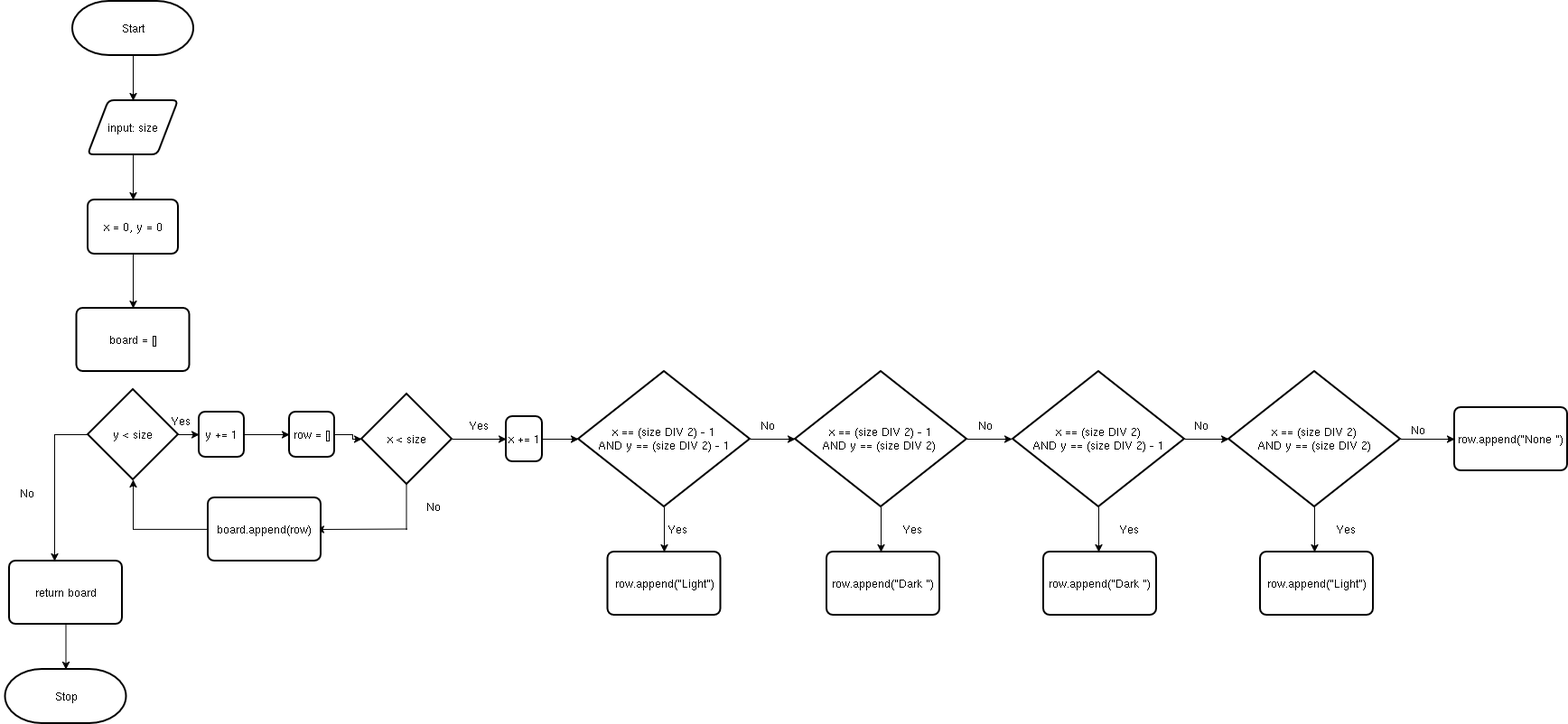
Above: images/Initialise_board.drawio.png in HarryGM/ECM1400_C2 (draw.io), before the change. Source tidied: cells renumbered, new cells last; positions are measured from the earlier drawing's top-left corner, leaving out a move shared by most shapes. Source of this version:
```xml
<mxGraphModel>
  <root>
    <mxCell id="0" />
    <mxCell id="1" parent="0" />
    <mxCell id="2" style="edgeStyle=orthogonalEdgeStyle;rounded=0;jettySize=auto;html=1;" parent="1" edge="1" source="3">
      <mxGeometry relative="1" as="geometry">
        <mxPoint x="147" y="110" as="targetPoint" />
      </mxGeometry>
    </mxCell>
    <mxCell id="3" value="Start" style="strokeWidth=2;html=1;shape=mxgraph.flowchart.terminator;whiteSpace=wrap;" parent="1" vertex="1">
      <mxGeometry x="80" width="134" height="60" as="geometry" />
    </mxCell>
    <mxCell id="4" style="edgeStyle=orthogonalEdgeStyle;rounded=0;jettySize=auto;html=1;" parent="1" edge="1" source="5">
      <mxGeometry relative="1" as="geometry">
        <mxPoint x="147" y="340" as="targetPoint" />
      </mxGeometry>
    </mxCell>
    <mxCell id="5" value="x = 0, y = 0" style="rounded=1;whiteSpace=wrap;html=1;absoluteArcSize=1;arcSize=14;strokeWidth=2;" parent="1" vertex="1">
      <mxGeometry x="97" y="220" width="100" height="60" as="geometry" />
    </mxCell>
    <mxCell id="6" style="edgeStyle=orthogonalEdgeStyle;rounded=0;jettySize=auto;html=1;entryX=0.5;entryY=0;entryDx=0;entryDy=0;" parent="1" edge="1" source="7" target="5">
      <mxGeometry relative="1" as="geometry" />
    </mxCell>
    <mxCell id="7" value="input: size" style="shape=parallelogram;html=1;strokeWidth=2;perimeter=parallelogramPerimeter;whiteSpace=wrap;rounded=1;arcSize=12;size=0.23;" parent="1" vertex="1">
      <mxGeometry x="97" y="110" width="100" height="60" as="geometry" />
    </mxCell>
    <mxCell id="8" style="edgeStyle=orthogonalEdgeStyle;rounded=0;jettySize=auto;html=1;" parent="1" edge="1" source="10">
      <mxGeometry relative="1" as="geometry">
        <mxPoint x="220" y="480" as="targetPoint" />
      </mxGeometry>
    </mxCell>
    <mxCell id="9" style="edgeStyle=orthogonalEdgeStyle;rounded=0;jettySize=auto;html=1;" parent="1" edge="1" source="10">
      <mxGeometry relative="1" as="geometry">
        <mxPoint x="60" y="620" as="targetPoint" />
      </mxGeometry>
    </mxCell>
    <mxCell id="10" value="y &amp;lt; size" style="strokeWidth=2;html=1;shape=mxgraph.flowchart.decision;whiteSpace=wrap;" parent="1" vertex="1">
      <mxGeometry x="97" y="430" width="100" height="100" as="geometry" />
    </mxCell>
    <mxCell id="11" value="x &amp;lt; size" style="strokeWidth=2;html=1;shape=mxgraph.flowchart.decision;whiteSpace=wrap;" parent="1" vertex="1">
      <mxGeometry x="400" y="435" width="100" height="100" as="geometry" />
    </mxCell>
    <mxCell id="12" value="Yes" style="text;html=1;whiteSpace=wrap;strokeColor=none;fillColor=none;align=center;verticalAlign=middle;rounded=0;" parent="1" vertex="1">
      <mxGeometry x="170" y="450" width="60" height="30" as="geometry" />
    </mxCell>
    <mxCell id="13" style="endArrow=none;html=1;rounded=0;" parent="1" edge="1">
      <mxGeometry relative="1" as="geometry">
        <mxPoint x="449.5" y="585" as="sourcePoint" />
        <mxPoint x="449.5" y="535" as="targetPoint" />
      </mxGeometry>
    </mxCell>
    <mxCell id="14" value="No" style="text;html=1;whiteSpace=wrap;strokeColor=none;fillColor=none;align=center;verticalAlign=middle;rounded=0;" parent="1" vertex="1">
      <mxGeometry x="450" y="545" width="60" height="30" as="geometry" />
    </mxCell>
    <mxCell id="15" style="endArrow=classic;html=1;rounded=0;" parent="1" edge="1">
      <mxGeometry relative="1" as="geometry">
        <mxPoint x="500" y="485" as="sourcePoint" />
        <mxPoint x="560" y="485" as="targetPoint" />
      </mxGeometry>
    </mxCell>
    <mxCell id="16" style="edgeStyle=orthogonalEdgeStyle;rounded=0;jettySize=auto;html=1;" parent="1" edge="1" source="18">
      <mxGeometry relative="1" as="geometry">
        <mxPoint x="735" y="610" as="targetPoint" />
      </mxGeometry>
    </mxCell>
    <mxCell id="17" style="edgeStyle=orthogonalEdgeStyle;rounded=0;jettySize=auto;html=1;" parent="1" edge="1" source="18">
      <mxGeometry relative="1" as="geometry">
        <mxPoint x="880" y="485" as="targetPoint" />
      </mxGeometry>
    </mxCell>
    <mxCell id="18" value="&lt;div&gt;x == (size DIV 2) - 1&lt;/div&gt;&lt;div&gt;AND y == (size DIV 2) - 1&lt;/div&gt;" style="strokeWidth=2;html=1;shape=mxgraph.flowchart.decision;whiteSpace=wrap;" parent="1" vertex="1">
      <mxGeometry x="640" y="410" width="190" height="150" as="geometry" />
    </mxCell>
    <mxCell id="19" value="Yes" style="text;html=1;whiteSpace=wrap;strokeColor=none;fillColor=none;align=center;verticalAlign=middle;rounded=0;" parent="1" vertex="1">
      <mxGeometry x="500" y="455" width="60" height="30" as="geometry" />
    </mxCell>
    <mxCell id="20" style="edgeStyle=orthogonalEdgeStyle;rounded=0;jettySize=auto;html=1;entryX=0;entryY=0.5;entryDx=0;entryDy=0;" parent="1" edge="1" source="21" target="24">
      <mxGeometry relative="1" as="geometry" />
    </mxCell>
    <mxCell id="21" value="y += 1" style="rounded=1;whiteSpace=wrap;html=1;absoluteArcSize=1;arcSize=14;strokeWidth=2;" parent="1" vertex="1">
      <mxGeometry x="220" y="455" width="50" height="50" as="geometry" />
    </mxCell>
    <mxCell id="22" value="x += 1" style="rounded=1;whiteSpace=wrap;html=1;absoluteArcSize=1;arcSize=14;strokeWidth=2;" parent="1" vertex="1">
      <mxGeometry x="560" y="460" width="40" height="50" as="geometry" />
    </mxCell>
    <mxCell id="23" style="edgeStyle=orthogonalEdgeStyle;rounded=0;jettySize=auto;html=1;entryX=0;entryY=0.5;entryDx=0;entryDy=0;entryPerimeter=0;" parent="1" edge="1" source="22" target="18">
      <mxGeometry relative="1" as="geometry" />
    </mxCell>
    <mxCell id="24" value="row = []" style="rounded=1;whiteSpace=wrap;html=1;absoluteArcSize=1;arcSize=14;strokeWidth=2;" parent="1" vertex="1">
      <mxGeometry x="320" y="455" width="50" height="50" as="geometry" />
    </mxCell>
    <mxCell id="25" style="edgeStyle=orthogonalEdgeStyle;rounded=0;jettySize=auto;html=1;entryX=0;entryY=0.5;entryDx=0;entryDy=0;entryPerimeter=0;" parent="1" edge="1" source="24" target="11">
      <mxGeometry relative="1" as="geometry" />
    </mxCell>
    <mxCell id="26" value="Yes" style="text;html=1;whiteSpace=wrap;strokeColor=none;fillColor=none;align=center;verticalAlign=middle;rounded=0;" parent="1" vertex="1">
      <mxGeometry x="720" y="570" width="60" height="30" as="geometry" />
    </mxCell>
    <mxCell id="27" value="No" style="text;html=1;whiteSpace=wrap;strokeColor=none;fillColor=none;align=center;verticalAlign=middle;rounded=0;" parent="1" vertex="1">
      <mxGeometry x="820" y="455" width="60" height="30" as="geometry" />
    </mxCell>
    <mxCell id="28" style="edgeStyle=orthogonalEdgeStyle;rounded=0;jettySize=auto;html=1;" parent="1" edge="1" source="30">
      <mxGeometry relative="1" as="geometry">
        <mxPoint x="1120" y="485" as="targetPoint" />
      </mxGeometry>
    </mxCell>
    <mxCell id="29" style="edgeStyle=orthogonalEdgeStyle;rounded=0;jettySize=auto;html=1;" parent="1" edge="1" source="30">
      <mxGeometry relative="1" as="geometry">
        <mxPoint x="975" y="610" as="targetPoint" />
      </mxGeometry>
    </mxCell>
    <mxCell id="30" value="&lt;div&gt;x == (size DIV 2) - 1&lt;/div&gt;&lt;div&gt;AND y == (size DIV 2)&amp;nbsp;&lt;/div&gt;" style="strokeWidth=2;html=1;shape=mxgraph.flowchart.decision;whiteSpace=wrap;" parent="1" vertex="1">
      <mxGeometry x="880" y="410" width="190" height="150" as="geometry" />
    </mxCell>
    <mxCell id="31" style="edgeStyle=orthogonalEdgeStyle;rounded=0;jettySize=auto;html=1;" parent="1" edge="1" source="33">
      <mxGeometry relative="1" as="geometry">
        <mxPoint x="1360" y="485" as="targetPoint" />
      </mxGeometry>
    </mxCell>
    <mxCell id="32" style="edgeStyle=orthogonalEdgeStyle;rounded=0;jettySize=auto;html=1;" parent="1" edge="1" source="33">
      <mxGeometry relative="1" as="geometry">
        <mxPoint x="1216" y="610" as="targetPoint" />
      </mxGeometry>
    </mxCell>
    <mxCell id="33" value="&lt;div&gt;x == (size DIV 2)&lt;/div&gt;&lt;div&gt;AND y == (size DIV 2) - 1&lt;/div&gt;" style="strokeWidth=2;html=1;shape=mxgraph.flowchart.decision;whiteSpace=wrap;" parent="1" vertex="1">
      <mxGeometry x="1121" y="410" width="190" height="150" as="geometry" />
    </mxCell>
    <mxCell id="34" style="edgeStyle=orthogonalEdgeStyle;rounded=0;jettySize=auto;html=1;" parent="1" edge="1" source="36">
      <mxGeometry relative="1" as="geometry">
        <mxPoint x="1455" y="610" as="targetPoint" />
      </mxGeometry>
    </mxCell>
    <mxCell id="35" style="edgeStyle=orthogonalEdgeStyle;rounded=0;jettySize=auto;html=1;" parent="1" edge="1" source="36">
      <mxGeometry relative="1" as="geometry">
        <mxPoint x="1610" y="485" as="targetPoint" />
      </mxGeometry>
    </mxCell>
    <mxCell id="36" value="&lt;div&gt;x == (size DIV 2)&lt;/div&gt;&lt;div&gt;AND y == (size DIV 2)&lt;/div&gt;" style="strokeWidth=2;html=1;shape=mxgraph.flowchart.decision;whiteSpace=wrap;" parent="1" vertex="1">
      <mxGeometry x="1360" y="410" width="190" height="150" as="geometry" />
    </mxCell>
    <mxCell id="37" value="No" style="text;html=1;whiteSpace=wrap;strokeColor=none;fillColor=none;align=center;verticalAlign=middle;rounded=0;" parent="1" vertex="1">
      <mxGeometry x="1061" y="455" width="60" height="30" as="geometry" />
    </mxCell>
    <mxCell id="38" value="No" style="text;html=1;whiteSpace=wrap;strokeColor=none;fillColor=none;align=center;verticalAlign=middle;rounded=0;" parent="1" vertex="1">
      <mxGeometry x="1300" y="455" width="60" height="30" as="geometry" />
    </mxCell>
    <mxCell id="39" value="Yes" style="text;html=1;whiteSpace=wrap;strokeColor=none;fillColor=none;align=center;verticalAlign=middle;rounded=0;" parent="1" vertex="1">
      <mxGeometry x="980" y="570" width="60" height="30" as="geometry" />
    </mxCell>
    <mxCell id="40" value="Yes" style="text;html=1;whiteSpace=wrap;strokeColor=none;fillColor=none;align=center;verticalAlign=middle;rounded=0;" parent="1" vertex="1">
      <mxGeometry x="1220" y="570" width="60" height="30" as="geometry" />
    </mxCell>
    <mxCell id="41" value="Yes" style="text;html=1;whiteSpace=wrap;strokeColor=none;fillColor=none;align=center;verticalAlign=middle;rounded=0;" parent="1" vertex="1">
      <mxGeometry x="1460" y="570" width="60" height="30" as="geometry" />
    </mxCell>
    <mxCell id="42" value="No" style="text;html=1;whiteSpace=wrap;strokeColor=none;fillColor=none;align=center;verticalAlign=middle;rounded=0;" parent="1" vertex="1">
      <mxGeometry x="1540" y="460" width="60" height="30" as="geometry" />
    </mxCell>
    <mxCell id="43" value="row.append(&quot;Light&quot;)" style="rounded=1;whiteSpace=wrap;html=1;absoluteArcSize=1;arcSize=14;strokeWidth=2;" parent="1" vertex="1">
      <mxGeometry x="672.5" y="610" width="125" height="70" as="geometry" />
    </mxCell>
    <mxCell id="44" value="row.append(&quot;Dark &quot;)" style="rounded=1;whiteSpace=wrap;html=1;absoluteArcSize=1;arcSize=14;strokeWidth=2;" parent="1" vertex="1">
      <mxGeometry x="915" y="610" width="125" height="70" as="geometry" />
    </mxCell>
    <mxCell id="45" value="row.append(&quot;Dark &quot;)" style="rounded=1;whiteSpace=wrap;html=1;absoluteArcSize=1;arcSize=14;strokeWidth=2;" parent="1" vertex="1">
      <mxGeometry x="1155" y="610" width="125" height="70" as="geometry" />
    </mxCell>
    <mxCell id="46" value="row.append(&quot;Light&quot;)" style="rounded=1;whiteSpace=wrap;html=1;absoluteArcSize=1;arcSize=14;strokeWidth=2;" parent="1" vertex="1">
      <mxGeometry x="1395" y="610" width="125" height="70" as="geometry" />
    </mxCell>
    <mxCell id="47" value="row.append(&quot;None &quot;)" style="rounded=1;whiteSpace=wrap;html=1;absoluteArcSize=1;arcSize=14;strokeWidth=2;" parent="1" vertex="1">
      <mxGeometry x="1610" y="450" width="125" height="70" as="geometry" />
    </mxCell>
    <mxCell id="48" style="endArrow=classic;html=1;rounded=0;" parent="1" edge="1">
      <mxGeometry relative="1" as="geometry">
        <mxPoint x="450" y="584.5" as="sourcePoint" />
        <mxPoint x="350" y="585" as="targetPoint" />
      </mxGeometry>
    </mxCell>
    <mxCell id="49" value="board.append(row)" style="rounded=1;whiteSpace=wrap;html=1;absoluteArcSize=1;arcSize=14;strokeWidth=2;" parent="1" vertex="1">
      <mxGeometry x="230" y="550" width="125" height="70" as="geometry" />
    </mxCell>
    <mxCell id="50" value="board = []" style="rounded=1;whiteSpace=wrap;html=1;absoluteArcSize=1;arcSize=14;strokeWidth=2;" parent="1" vertex="1">
      <mxGeometry x="84.5" y="340" width="125" height="70" as="geometry" />
    </mxCell>
    <mxCell id="51" style="edgeStyle=orthogonalEdgeStyle;rounded=0;jettySize=auto;html=1;entryX=0.5;entryY=1;entryDx=0;entryDy=0;entryPerimeter=0;" parent="1" edge="1" source="49" target="10">
      <mxGeometry relative="1" as="geometry" />
    </mxCell>
    <mxCell id="52" value="No" style="text;html=1;whiteSpace=wrap;strokeColor=none;fillColor=none;align=center;verticalAlign=middle;rounded=0;" parent="1" vertex="1">
      <mxGeometry y="530" width="60" height="30" as="geometry" />
    </mxCell>
    <mxCell id="53" style="edgeStyle=orthogonalEdgeStyle;rounded=0;jettySize=auto;html=1;" parent="1" edge="1" source="54">
      <mxGeometry relative="1" as="geometry">
        <mxPoint x="72.5" y="740" as="targetPoint" />
      </mxGeometry>
    </mxCell>
    <mxCell id="54" value="return board" style="rounded=1;whiteSpace=wrap;html=1;absoluteArcSize=1;arcSize=14;strokeWidth=2;" parent="1" vertex="1">
      <mxGeometry x="10" y="620" width="125" height="70" as="geometry" />
    </mxCell>
    <mxCell id="55" value="&lt;div&gt;Stop&lt;/div&gt;" style="strokeWidth=2;html=1;shape=mxgraph.flowchart.terminator;whiteSpace=wrap;" parent="1" vertex="1">
      <mxGeometry x="5.5" y="740" width="134" height="60" as="geometry" />
    </mxCell>
  </root>
</mxGraphModel>
```
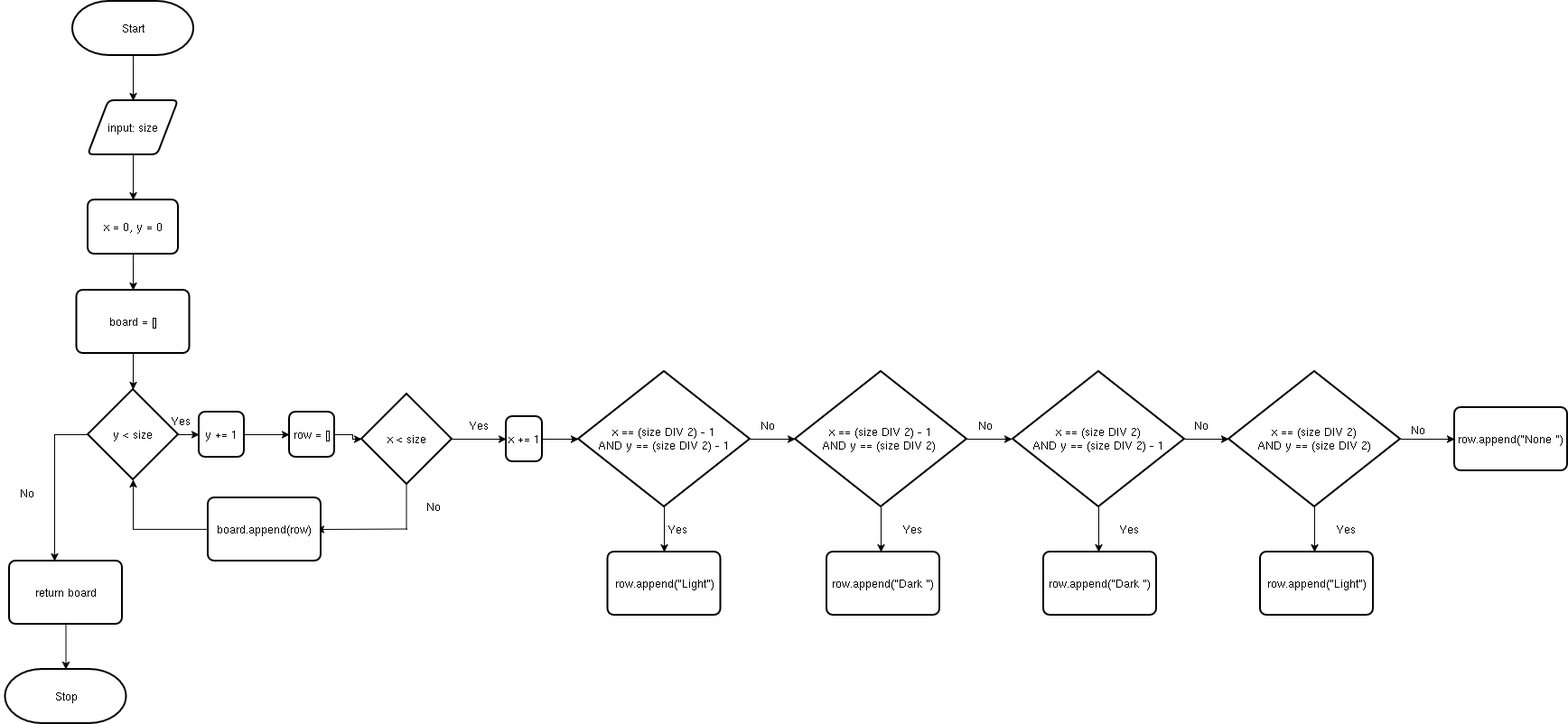
Above is the later version.

The edit, as a diff of the source:
```diff
@@ -10,11 +10,9 @@
     <mxCell id="3" value="Start" style="strokeWidth=2;html=1;shape=mxgraph.flowchart.terminator;whiteSpace=wrap;" parent="1" vertex="1">
       <mxGeometry x="80" width="134" height="60" as="geometry" />
     </mxCell>
-    <mxCell id="4" style="edgeStyle=orthogonalEdgeStyle;rounded=0;jettySize=auto;html=1;" parent="1" edge="1" source="5">
-      <mxGeometry relative="1" as="geometry">
-        <mxPoint x="147" y="340" as="targetPoint" />
-      </mxGeometry>
-    </mxCell>
+    <mxCell id="56" style="edgeStyle=orthogonalEdgeStyle;rounded=0;jettySize=auto;html=1;entryX=0.5;entryY=0;entryDx=0;entryDy=0;" parent="1" edge="1" source="5" target="50">
+      <mxGeometry relative="1" as="geometry" />
+    </mxCell>
     <mxCell id="5" value="x = 0, y = 0" style="rounded=1;whiteSpace=wrap;html=1;absoluteArcSize=1;arcSize=14;strokeWidth=2;" parent="1" vertex="1">
       <mxGeometry x="97" y="220" width="100" height="60" as="geometry" />
     </mxCell>
@@ -180,7 +178,7 @@
       <mxGeometry x="230" y="550" width="125" height="70" as="geometry" />
     </mxCell>
     <mxCell id="50" value="board = []" style="rounded=1;whiteSpace=wrap;html=1;absoluteArcSize=1;arcSize=14;strokeWidth=2;" parent="1" vertex="1">
-      <mxGeometry x="84.5" y="340" width="125" height="70" as="geometry" />
+      <mxGeometry x="84.5" y="320" width="125" height="70" as="geometry" />
     </mxCell>
     <mxCell id="51" style="edgeStyle=orthogonalEdgeStyle;rounded=0;jettySize=auto;html=1;entryX=0.5;entryY=1;entryDx=0;entryDy=0;entryPerimeter=0;" parent="1" edge="1" source="49" target="10">
       <mxGeometry relative="1" as="geometry" />
@@ -199,5 +197,8 @@
     <mxCell id="55" value="&lt;div&gt;Stop&lt;/div&gt;" style="strokeWidth=2;html=1;shape=mxgraph.flowchart.terminator;whiteSpace=wrap;" parent="1" vertex="1">
       <mxGeometry x="5.5" y="740" width="134" height="60" as="geometry" />
     </mxCell>
+    <mxCell id="57" style="edgeStyle=orthogonalEdgeStyle;rounded=0;jettySize=auto;html=1;entryX=0.5;entryY=0;entryDx=0;entryDy=0;entryPerimeter=0;" parent="1" edge="1" source="50" target="10">
+      <mxGeometry relative="1" as="geometry" />
+    </mxCell>
   </root>
 </mxGraphModel>
```
